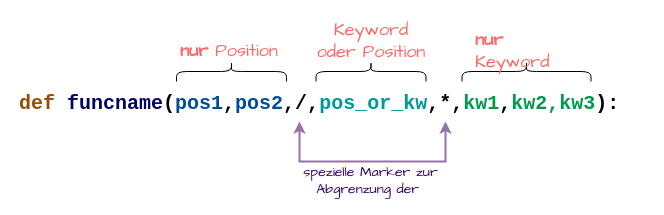
This is kssop/function_special_parameters.drawio from dude2511/drawio, a draw.io file, before an edit. Source tidied: cells renumbered, new cells numbered last; positions are measured from the earlier drawing's top-left corner, leaving out a move shared by most shapes. Both pictures are drawn from the tidied source at 100%, with x=0, y=0 at pixel (17, 7).
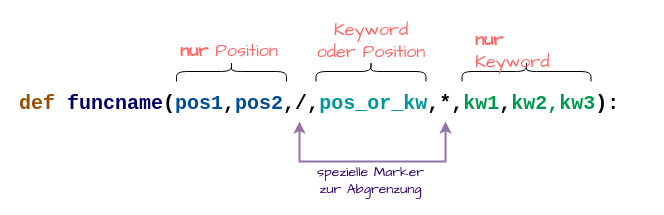
Above is the later version.

What changed in the source:
```diff
@@
 <mxGraphModel>
   <root>
     <mxCell id="0" />
     <mxCell id="1" parent="0" />
     <mxCell id="2" value="&lt;font color=&quot;#994c00&quot;&gt;def&lt;/font&gt; &lt;font color=&quot;#000066&quot;&gt;funcname&lt;/font&gt;(&lt;font color=&quot;#004c99&quot;&gt;pos1&lt;/font&gt;,&lt;font color=&quot;#004c99&quot;&gt;pos2&lt;/font&gt;,/,&lt;font color=&quot;#009999&quot;&gt;pos_or_kw&lt;/font&gt;,*,&lt;font color=&quot;#00994d&quot;&gt;kw1&lt;/font&gt;,&lt;font color=&quot;#00994d&quot;&gt;kw2,kw3&lt;/font&gt;):" style="text;html=1;strokeColor=none;fillColor=none;align=left;verticalAlign=middle;whiteSpace=wrap;rounded=0;fontSize=20;fontFamily=Courier New;fontStyle=1;" parent="1" vertex="1">
       <mxGeometry y="81" width="630" height="30" as="geometry" />
     </mxCell>
     <mxCell id="3" style="shape=curlyBracket;whiteSpace=wrap;html=1;rounded=1;flipH=1;fontFamily=Comic Sans MS;fontSize=18;fontColor=#994C00;rotation=-90;" parent="1" vertex="1">
       <mxGeometry x="204" y="9" width="20" height="110" as="geometry" />
     </mxCell>
     <mxCell id="4" value="&lt;b&gt;nur&lt;/b&gt; Position" style="text;html=1;strokeColor=none;fillColor=none;align=left;verticalAlign=middle;whiteSpace=wrap;rounded=0;fontFamily=Comic Sans MS;fontSize=18;fontColor=#FF6666;" parent="1" vertex="1">
       <mxGeometry x="160.5" y="28" width="107" height="30" as="geometry" />
     </mxCell>
     <mxCell id="5" style="shape=curlyBracket;whiteSpace=wrap;html=1;rounded=1;flipH=1;fontFamily=Comic Sans MS;fontSize=18;fontColor=#994C00;rotation=-90;" parent="1" vertex="1">
       <mxGeometry x="343.5" y="9" width="20" height="110" as="geometry" />
     </mxCell>
     <mxCell id="6" value="Keyword oder Position" style="text;html=1;strokeColor=none;fillColor=none;align=center;verticalAlign=middle;whiteSpace=wrap;rounded=0;fontFamily=Comic Sans MS;fontSize=18;fontColor=#FF6666;" parent="1" vertex="1">
       <mxGeometry x="293.5" y="18" width="120" height="30" as="geometry" />
     </mxCell>
     <mxCell id="7" style="shape=curlyBracket;whiteSpace=wrap;html=1;rounded=1;flipH=1;fontFamily=Comic Sans MS;fontSize=18;fontColor=#994C00;rotation=-90;" parent="1" vertex="1">
       <mxGeometry x="499" y="-0.5" width="20" height="129" as="geometry" />
     </mxCell>
     <mxCell id="8" value="&lt;b&gt;nur&lt;/b&gt; Keyword" style="text;html=1;strokeColor=none;fillColor=none;align=left;verticalAlign=middle;whiteSpace=wrap;rounded=0;fontFamily=Comic Sans MS;fontSize=18;fontColor=#FF6666;" parent="1" vertex="1">
       <mxGeometry x="455.5" y="28" width="107" height="30" as="geometry" />
     </mxCell>
     <mxCell id="9" style="edgeStyle=orthogonalEdgeStyle;rounded=0;orthogonalLoop=1;jettySize=auto;html=1;exitX=0.5;exitY=1;exitDx=0;exitDy=0;fontColor=#00994D;startArrow=classic;startFill=1;strokeWidth=2;fillColor=#e1d5e7;strokeColor=#9673a6;" parent="1" edge="1">
       <mxGeometry relative="1" as="geometry">
         <mxPoint x="282" y="114" as="sourcePoint" />
         <mxPoint x="428" y="114" as="targetPoint" />
         <Array as="points">
           <mxPoint x="282" y="154" />
           <mxPoint x="428" y="154" />
           <mxPoint x="428" y="114" />
         </Array>
       </mxGeometry>
     </mxCell>
-    <mxCell id="10" value="spezielle Marker zur Abgrenzung der&amp;nbsp;" style="text;html=1;strokeColor=none;fillColor=none;align=center;verticalAlign=middle;whiteSpace=wrap;rounded=0;fontFamily=Comic Sans MS;fontSize=14;fontColor=#330066;" parent="1" vertex="1">
-      <mxGeometry x="257.2" y="158" width="192.5" height="30" as="geometry" />
+    <mxCell id="10" value="spezielle Marker zur Abgrenzung" style="text;html=1;strokeColor=none;fillColor=none;align=center;verticalAlign=middle;whiteSpace=wrap;rounded=0;fontFamily=Comic Sans MS;fontSize=14;fontColor=#330066;" parent="1" vertex="1">
+      <mxGeometry x="287.1" y="158" width="132.8" height="30" as="geometry" />
     </mxCell>
   </root>
 </mxGraphModel>
```
